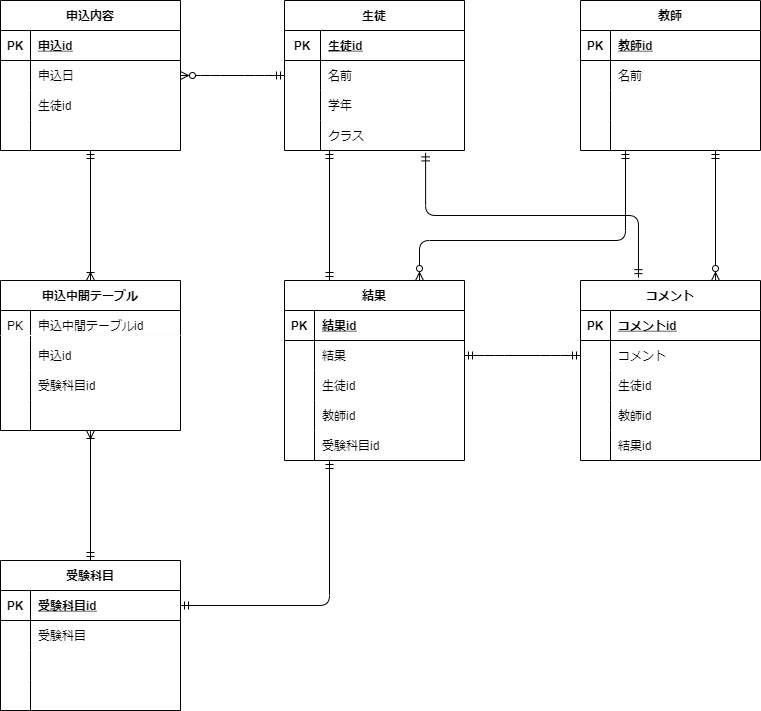
Above: index.drawio.png in takamasa0719/DB (draw.io), before the change. Source tidied: cells renumbered, new cells last; positions are measured from the earlier drawing's top-left corner, leaving out a move shared by most shapes.
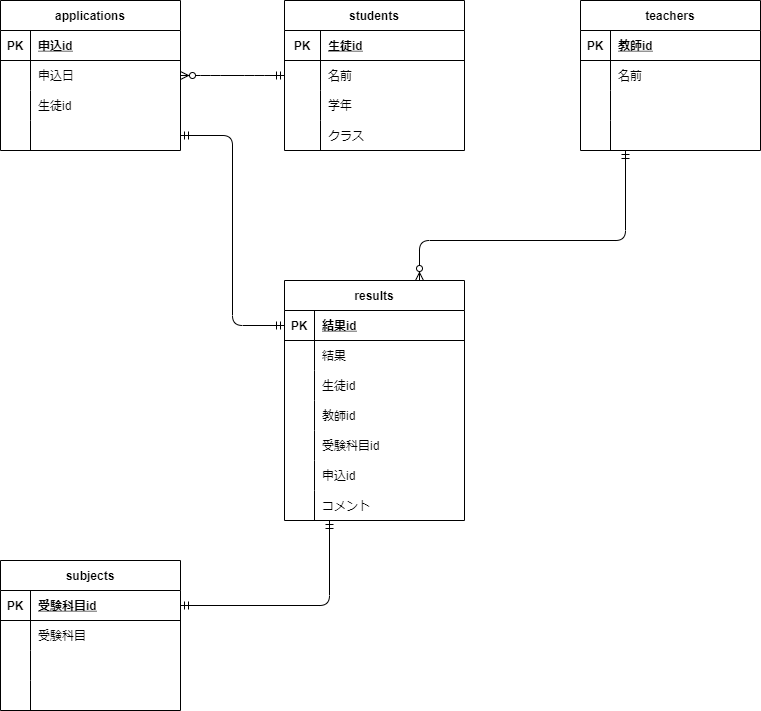
The same file after the commit.

Change to the diagram source:
```diff
@@ -2,7 +2,7 @@
   <root>
     <mxCell id="0" />
     <mxCell id="1" parent="0" />
-    <mxCell id="2" value="受験科目" style="shape=table;startSize=30;rowLines=0;fontStyle=1;align=center;" parent="1" vertex="1">
+    <mxCell id="2" value="subjects" style="shape=table;startSize=30;rowLines=0;fontStyle=1;align=center;" parent="1" vertex="1">
       <mxGeometry y="560" width="180" height="150" as="geometry" />
     </mxCell>
     <mxCell id="3" style="shape=partialRectangle;fillColor=none;top=0;left=0;bottom=1;right=0;points=[[0,0.5],[1,0.5]];portConstraint=eastwest;" parent="2" vertex="1">
@@ -41,7 +41,7 @@
     <mxCell id="14" style="shape=partialRectangle;fillColor=none;top=0;left=0;bottom=0;right=0;align=left;spacingLeft=6;overflow=hidden;" parent="12" vertex="1">
       <mxGeometry x="30" width="150" height="30" as="geometry" />
     </mxCell>
-    <mxCell id="15" value="教師" style="shape=table;startSize=30;rowLines=0;fontStyle=1;align=center;" parent="1" vertex="1">
+    <mxCell id="15" value="teachers" style="shape=table;startSize=30;rowLines=0;fontStyle=1;align=center;" parent="1" vertex="1">
       <mxGeometry x="580" width="180" height="150" as="geometry" />
     </mxCell>
     <mxCell id="16" style="shape=partialRectangle;fillColor=none;top=0;left=0;bottom=1;right=0;" parent="15" vertex="1">
@@ -80,7 +80,7 @@
     <mxCell id="27" style="shape=partialRectangle;fillColor=none;top=0;left=0;bottom=0;right=0;align=left;spacingLeft=6;overflow=hidden;" parent="25" vertex="1">
       <mxGeometry x="30" width="150" height="30" as="geometry" />
     </mxCell>
-    <mxCell id="28" value="生徒" style="shape=table;startSize=30;rowLines=0;fontStyle=1;align=center;" parent="1" vertex="1">
+    <mxCell id="28" value="students" style="shape=table;startSize=30;rowLines=0;fontStyle=1;align=center;" parent="1" vertex="1">
       <mxGeometry x="284" width="180" height="150" as="geometry" />
     </mxCell>
     <mxCell id="29" style="shape=partialRectangle;fillColor=none;top=0;left=0;bottom=1;right=0;" parent="28" vertex="1">
@@ -119,56 +119,8 @@
     <mxCell id="40" value="クラス" style="shape=partialRectangle;fillColor=none;top=0;left=0;bottom=0;right=0;align=left;spacingLeft=6;overflow=hidden;" parent="38" vertex="1">
       <mxGeometry x="36" width="144" height="30" as="geometry" />
     </mxCell>
-    <mxCell id="41" value="コメント" style="shape=table;startSize=30;rowLines=0;fontStyle=1;align=center;" parent="1" vertex="1">
-      <mxGeometry x="580" y="280" width="180" height="180" as="geometry" />
-    </mxCell>
-    <mxCell id="42" style="shape=partialRectangle;fillColor=none;top=0;left=0;bottom=1;right=0;" parent="41" vertex="1">
-      <mxGeometry y="30" width="180" height="30" as="geometry" />
-    </mxCell>
-    <mxCell id="43" value="PK" style="shape=partialRectangle;fillColor=none;top=0;left=0;bottom=0;right=0;fontStyle=1;overflow=hidden;" parent="42" vertex="1">
-      <mxGeometry width="30" height="30" as="geometry" />
-    </mxCell>
-    <mxCell id="44" value="コメントid" style="shape=partialRectangle;fillColor=none;top=0;left=0;bottom=0;right=0;align=left;spacingLeft=6;fontStyle=5;overflow=hidden;" parent="42" vertex="1">
-      <mxGeometry x="30" width="150" height="30" as="geometry" />
-    </mxCell>
-    <mxCell id="45" style="shape=partialRectangle;fillColor=none;top=0;left=0;bottom=0;right=0;points=[[0,0.5],[1,0.5]];portConstraint=eastwest;" parent="41" vertex="1">
-      <mxGeometry y="60" width="180" height="30" as="geometry" />
-    </mxCell>
-    <mxCell id="46" style="shape=partialRectangle;fillColor=none;top=0;left=0;bottom=0;right=0;overflow=hidden;" parent="45" vertex="1">
-      <mxGeometry width="30" height="30" as="geometry" />
-    </mxCell>
-    <mxCell id="47" value="コメント" style="shape=partialRectangle;fillColor=none;top=0;left=0;bottom=0;right=0;align=left;spacingLeft=6;overflow=hidden;" parent="45" vertex="1">
-      <mxGeometry x="30" width="150" height="30" as="geometry" />
-    </mxCell>
-    <mxCell id="48" style="shape=partialRectangle;fillColor=none;top=0;left=0;bottom=0;right=0;" parent="41" vertex="1">
-      <mxGeometry y="90" width="180" height="30" as="geometry" />
-    </mxCell>
-    <mxCell id="49" style="shape=partialRectangle;fillColor=none;top=0;left=0;bottom=0;right=0;overflow=hidden;" parent="48" vertex="1">
-      <mxGeometry width="30" height="30" as="geometry" />
-    </mxCell>
-    <mxCell id="50" value="生徒id" style="shape=partialRectangle;fillColor=none;top=0;left=0;bottom=0;right=0;align=left;spacingLeft=6;overflow=hidden;" parent="48" vertex="1">
-      <mxGeometry x="30" width="150" height="30" as="geometry" />
-    </mxCell>
-    <mxCell id="51" style="shape=partialRectangle;fillColor=none;top=0;left=0;bottom=0;right=0;" parent="41" vertex="1">
-      <mxGeometry y="120" width="180" height="30" as="geometry" />
-    </mxCell>
-    <mxCell id="52" style="shape=partialRectangle;fillColor=none;top=0;left=0;bottom=0;right=0;overflow=hidden;" parent="51" vertex="1">
-      <mxGeometry width="30" height="30" as="geometry" />
-    </mxCell>
-    <mxCell id="53" value="教師id" style="shape=partialRectangle;fillColor=none;top=0;left=0;bottom=0;right=0;align=left;spacingLeft=6;overflow=hidden;" parent="51" vertex="1">
-      <mxGeometry x="30" width="150" height="30" as="geometry" />
-    </mxCell>
-    <mxCell id="54" style="shape=partialRectangle;fillColor=none;top=0;left=0;bottom=0;right=0;" parent="41" vertex="1">
-      <mxGeometry y="150" width="180" height="30" as="geometry" />
-    </mxCell>
-    <mxCell id="55" style="shape=partialRectangle;fillColor=none;top=0;left=0;bottom=0;right=0;overflow=hidden;" parent="54" vertex="1">
-      <mxGeometry width="30" height="30" as="geometry" />
-    </mxCell>
-    <mxCell id="56" value="結果id" style="shape=partialRectangle;fillColor=none;top=0;left=0;bottom=0;right=0;align=left;spacingLeft=6;overflow=hidden;" parent="54" vertex="1">
-      <mxGeometry x="30" width="150" height="30" as="geometry" />
-    </mxCell>
-    <mxCell id="57" value="結果" style="shape=table;startSize=30;rowLines=0;fontStyle=1;align=center;" parent="1" vertex="1">
-      <mxGeometry x="284" y="280" width="180" height="180" as="geometry" />
+    <mxCell id="57" value="results" style="shape=table;startSize=30;rowLines=0;fontStyle=1;align=center;" parent="1" vertex="1">
+      <mxGeometry x="284" y="280" width="180" height="240" as="geometry" />
     </mxCell>
     <mxCell id="58" style="shape=partialRectangle;fillColor=none;top=0;left=0;bottom=1;right=0;points=[[0,0.5],[1,0.5]];portConstraint=eastwest;" parent="57" vertex="1">
       <mxGeometry y="30" width="180" height="30" as="geometry" />
@@ -215,7 +167,25 @@
     <mxCell id="72" value="受験科目id" style="shape=partialRectangle;fillColor=none;top=0;left=0;bottom=0;right=0;align=left;spacingLeft=6;overflow=hidden;" parent="70" vertex="1">
       <mxGeometry x="30" width="150" height="30" as="geometry" />
     </mxCell>
+    <mxCell id="109" style="shape=partialRectangle;fillColor=none;top=0;left=0;bottom=0;right=0;" parent="57" vertex="1">
+      <mxGeometry y="180" width="180" height="30" as="geometry" />
+    </mxCell>
+    <mxCell id="110" style="shape=partialRectangle;fillColor=none;top=0;left=0;bottom=0;right=0;overflow=hidden;" parent="109" vertex="1">
+      <mxGeometry width="30" height="30" as="geometry" />
+    </mxCell>
+    <mxCell id="96" value="申込id" style="shape=partialRectangle;fillColor=none;top=0;left=0;bottom=0;right=0;align=left;spacingLeft=6;overflow=hidden;" parent="109" vertex="1">
+      <mxGeometry x="30" width="150" height="30" as="geometry" />
+    </mxCell>
+    <mxCell id="111" style="shape=partialRectangle;fillColor=none;top=0;left=0;bottom=0;right=0;" parent="57" vertex="1">
+      <mxGeometry y="210" width="180" height="30" as="geometry" />
+    </mxCell>
+    <mxCell id="112" style="shape=partialRectangle;fillColor=none;top=0;left=0;bottom=0;right=0;overflow=hidden;" parent="111" vertex="1">
+      <mxGeometry width="30" height="30" as="geometry" />
+    </mxCell>
+    <mxCell id="47" value="コメント" style="shape=partialRectangle;fillColor=none;top=0;left=0;bottom=0;right=0;align=left;spacingLeft=6;overflow=hidden;" parent="111" vertex="1">
+      <mxGeometry x="30" width="150" height="30" as="geometry" />
+    </mxCell>
-    <mxCell id="73" value="申込内容" style="shape=table;startSize=30;rowLines=0;fontStyle=1;align=center;" parent="1" vertex="1">
+    <mxCell id="73" value="applications" style="shape=table;startSize=30;rowLines=0;fontStyle=1;align=center;" parent="1" vertex="1">
       <mxGeometry width="180" height="150" as="geometry" />
     </mxCell>
     <mxCell id="74" style="shape=partialRectangle;fillColor=none;top=0;left=0;bottom=1;right=0;" parent="73" vertex="1">
@@ -254,9 +224,6 @@
     <mxCell id="85" style="shape=partialRectangle;fillColor=none;top=0;left=0;bottom=0;right=0;align=left;spacingLeft=6;overflow=hidden;" parent="83" vertex="1">
       <mxGeometry x="30" width="150" height="30" as="geometry" />
     </mxCell>
-    <mxCell id="86" style="edgeStyle=entityRelationEdgeStyle;fontSize=12;html=1;endArrow=ERmandOne;startArrow=ERmandOne;exitX=1;exitY=0.5;exitDx=0;exitDy=0;entryX=0;entryY=0.5;entryDx=0;entryDy=0;" parent="1" edge="1" source="61" target="45">
-      <mxGeometry relative="1" as="geometry" />
-    </mxCell>
     <mxCell id="87" style="edgeStyle=orthogonalEdgeStyle;fontSize=12;html=1;endArrow=ERzeroToMany;startArrow=ERmandOne;exitX=0.25;exitY=1;exitDx=0;exitDy=0;entryX=0.75;entryY=0;entryDx=0;entryDy=0;" parent="1" edge="1" source="15" target="57">
       <mxGeometry relative="1" as="geometry">
         <Array as="points">
@@ -265,68 +232,14 @@
         </Array>
       </mxGeometry>
     </mxCell>
-    <mxCell id="88" style="fontSize=12;html=1;endArrow=ERzeroToMany;startArrow=ERmandOne;exitX=0.75;exitY=1;exitDx=0;exitDy=0;entryX=0.75;entryY=0;entryDx=0;entryDy=0;" parent="1" edge="1" source="15" target="41">
-      <mxGeometry relative="1" as="geometry" />
-    </mxCell>
     <mxCell id="89" style="edgeStyle=entityRelationEdgeStyle;fontSize=12;html=1;endArrow=ERzeroToMany;startArrow=ERmandOne;exitX=0;exitY=0.5;exitDx=0;exitDy=0;entryX=1;entryY=0.5;entryDx=0;entryDy=0;" parent="1" edge="1" source="32" target="77">
       <mxGeometry relative="1" as="geometry" />
     </mxCell>
-    <mxCell id="90" value="申込中間テーブル" style="shape=table;startSize=30;rowLines=0;fontStyle=1;align=center;" parent="1" vertex="1">
-      <mxGeometry y="280" width="180" height="150" as="geometry" />
-    </mxCell>
-    <mxCell id="91" style="shape=partialRectangle;fillColor=none;top=0;left=0;bottom=0;right=0;strokeColor=#F0F0F0;perimeterSpacing=1;" parent="90" vertex="1">
-      <mxGeometry y="30" width="180" height="30" as="geometry" />
-    </mxCell>
-    <mxCell id="92" value="PK" style="shape=partialRectangle;fillColor=none;top=0;left=0;bottom=0;right=0;overflow=hidden;perimeterSpacing=1;" parent="91" vertex="1">
-      <mxGeometry width="30" height="30" as="geometry" />
-    </mxCell>
-    <mxCell id="93" value="申込中間テーブルid" style="shape=partialRectangle;fillColor=none;top=0;left=0;bottom=0;right=0;align=left;spacingLeft=6;overflow=hidden;perimeterSpacing=1;" parent="91" vertex="1">
-      <mxGeometry x="30" width="150" height="30" as="geometry" />
-    </mxCell>
-    <mxCell id="94" style="shape=partialRectangle;fillColor=none;top=0;left=0;bottom=0;right=0;" parent="90" vertex="1">
-      <mxGeometry y="60" width="180" height="30" as="geometry" />
-    </mxCell>
-    <mxCell id="95" style="shape=partialRectangle;fillColor=none;top=0;left=0;bottom=0;right=0;overflow=hidden;" parent="94" vertex="1">
-      <mxGeometry width="30" height="30" as="geometry" />
-    </mxCell>
-    <mxCell id="96" value="申込id" style="shape=partialRectangle;fillColor=none;top=0;left=0;bottom=0;right=0;align=left;spacingLeft=6;overflow=hidden;" parent="94" vertex="1">
-      <mxGeometry x="30" width="150" height="30" as="geometry" />
-    </mxCell>
-    <mxCell id="97" style="shape=partialRectangle;fillColor=none;top=0;left=0;bottom=0;right=0;" parent="90" vertex="1">
-      <mxGeometry y="90" width="180" height="30" as="geometry" />
-    </mxCell>
-    <mxCell id="98" style="shape=partialRectangle;fillColor=none;top=0;left=0;bottom=0;right=0;overflow=hidden;" parent="97" vertex="1">
-      <mxGeometry width="30" height="30" as="geometry" />
-    </mxCell>
-    <mxCell id="99" value="受験科目id" style="shape=partialRectangle;fillColor=none;top=0;left=0;bottom=0;right=0;align=left;spacingLeft=6;overflow=hidden;" parent="97" vertex="1">
-      <mxGeometry x="30" width="150" height="30" as="geometry" />
-    </mxCell>
-    <mxCell id="100" style="shape=partialRectangle;fillColor=none;top=0;left=0;bottom=0;right=0;" parent="90" vertex="1">
-      <mxGeometry y="120" width="180" height="30" as="geometry" />
-    </mxCell>
-    <mxCell id="101" style="shape=partialRectangle;fillColor=none;top=0;left=0;bottom=0;right=0;overflow=hidden;" parent="100" vertex="1">
-      <mxGeometry width="30" height="30" as="geometry" />
-    </mxCell>
-    <mxCell id="102" style="shape=partialRectangle;fillColor=none;top=0;left=0;bottom=0;right=0;align=left;spacingLeft=6;overflow=hidden;" parent="100" vertex="1">
-      <mxGeometry x="30" width="150" height="30" as="geometry" />
-    </mxCell>
-    <mxCell id="103" style="fontSize=12;html=1;endArrow=ERoneToMany;startArrow=ERmandOne;exitX=0.5;exitY=1;exitDx=0;exitDy=0;entryX=0.5;entryY=0;entryDx=0;entryDy=0;" parent="1" edge="1" source="73" target="90">
-      <mxGeometry relative="1" as="geometry" />
-    </mxCell>
-    <mxCell id="104" style="fontSize=12;html=1;endArrow=ERoneToMany;startArrow=ERmandOne;exitX=0.5;exitY=0;exitDx=0;exitDy=0;entryX=0.5;entryY=1;entryDx=0;entryDy=0;" parent="1" edge="1" source="2" target="90">
-      <mxGeometry relative="1" as="geometry" />
-    </mxCell>
-    <mxCell id="105" style="fontSize=12;html=1;endArrow=ERmandOne;startArrow=ERmandOne;entryX=0.25;entryY=1;entryDx=0;entryDy=0;exitX=0.25;exitY=0;exitDx=0;exitDy=0;" parent="1" edge="1" source="57" target="28">
-      <mxGeometry relative="1" as="geometry" />
-    </mxCell>
-    <mxCell id="106" style="line;strokeWidth=1;dashed=0;labelPosition=right;align=left;verticalAlign=middle;spacingTop=0;spacingLeft=6;fillColor=#FFFFFF;strokeColor=#FCFCFC;" parent="1" vertex="1">
-      <mxGeometry y="330" width="180" height="10" as="geometry" />
-    </mxCell>
     <mxCell id="107" style="edgeStyle=orthogonalEdgeStyle;fontSize=12;html=1;endArrow=ERmandOne;startArrow=ERmandOne;exitX=1;exitY=0.5;exitDx=0;exitDy=0;entryX=0.25;entryY=1;entryDx=0;entryDy=0;" parent="1" edge="1" source="3" target="57">
       <mxGeometry relative="1" as="geometry" />
     </mxCell>
-    <mxCell id="108" style="edgeStyle=elbowEdgeStyle;fontSize=12;html=1;endArrow=ERmandOne;startArrow=ERmandOne;entryX=0.784;entryY=1.08;entryDx=0;entryDy=0;entryPerimeter=0;exitX=0.322;exitY=-0.016;exitDx=0;exitDy=0;exitPerimeter=0;elbow=vertical;" parent="1" edge="1" source="41" target="38">
-      <mxGeometry relative="1" as="geometry" />
-    </mxCell>
+    <mxCell id="113" style="edgeStyle=orthogonalEdgeStyle;fontSize=12;html=1;endArrow=ERmandOne;startArrow=ERmandOne;exitX=1;exitY=0.5;exitDx=0;exitDy=0;entryX=0;entryY=0.5;entryDx=0;entryDy=0;" parent="1" edge="1" source="83" target="58">
+      <mxGeometry relative="1" as="geometry" />
+    </mxCell>
   </root>
 </mxGraphModel>
```
